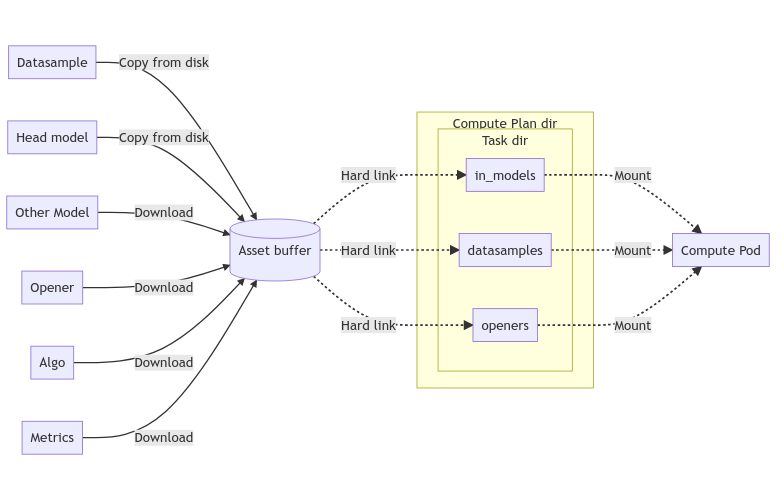
Substra/substra-backend keeps this Mermaid diagram as docs/schemas/asset-buffer.png. Above is the earlier version. Its source is kept beside it as docs/schemas/asset-buffer.mmd. Its diagram source:
```mermaid
graph LR
    A1[Datasample] -->|Copy from disk| B[(Asset buffer)]
    A3[Head model] -->|Copy from disk| B
    A2[Other Model] -->|Download| B
    A4[Opener] -->|Download| B
    A5[Algo] -->|Download| B
    A6[Metrics] -->|Download| B

    subgraph Compute Plan dir
    subgraph Task dir
    C1[in_models]
    C2[datasamples]
    C3[openers]
    end
    end

    B-. Hard link .-> C1
    B-. Hard link .-> C2
    B-. Hard link .-> C3


    D[Compute Pod]

    C1-. Mount .-> D
    C2-. Mount .-> D
    C3-. Mount .-> D
```
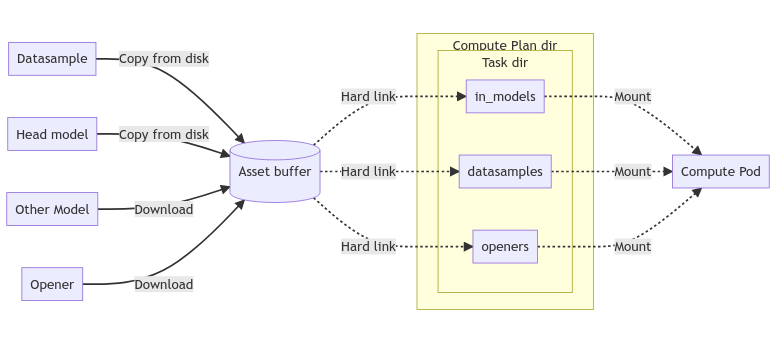
Above is the later version.

The edit, as a diff of the source:
```diff
@@ -3,8 +3,6 @@
     A3[Head model] -->|Copy from disk| B
     A2[Other Model] -->|Download| B
     A4[Opener] -->|Download| B
-    A5[Algo] -->|Download| B
-    A6[Metrics] -->|Download| B
 
     subgraph Compute Plan dir
     subgraph Task dir
```
